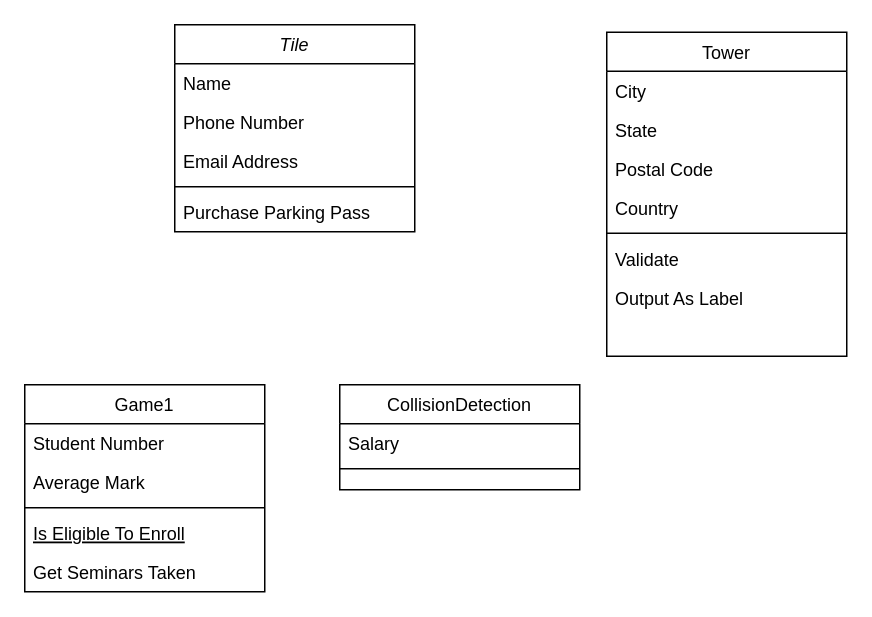
The draw.io diagram Untitled Diagram.drawio in TureLindblad/Grupp5Game, before the edit. Source tidied: cells renumbered, new cells numbered last; positions are measured from the earlier drawing's top-left corner, leaving out a move shared by most shapes. Both pictures are drawn from the tidied source at 150%, with x=0, y=0 at pixel (24, 24).
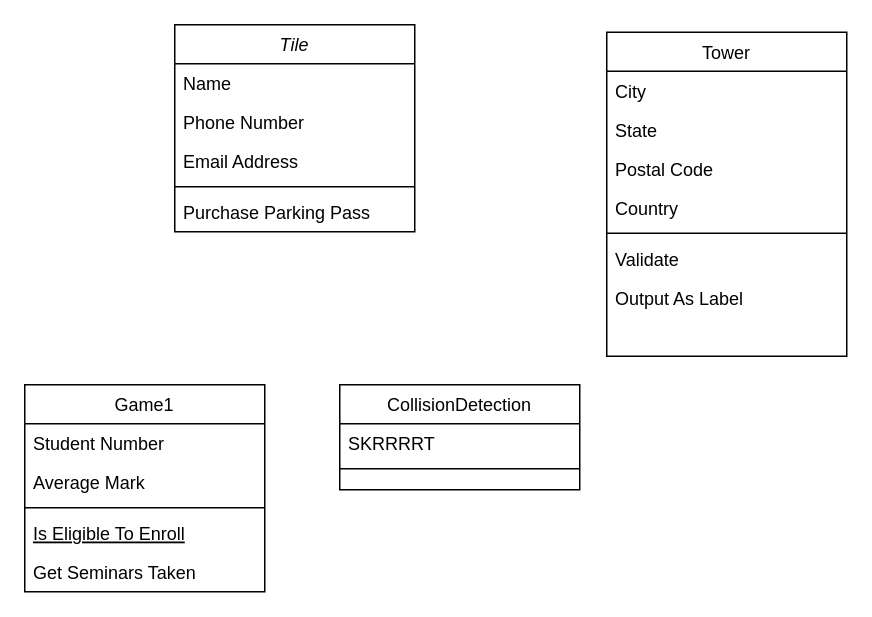
The same page after the edit.

The change refers to these unchanged cells:
```xml
<mxCell id="14" value="CollisionDetection&#10;" style="swimlane;fontStyle=0;align=center;verticalAlign=top;horizontal=1;startSize=26;rounded=0;shadow=0;strokeWidth=1;" parent="1" vertex="1">
  <mxGeometry x="210" y="240" width="160" height="70" as="geometry" />
</mxCell>
```

What changed in the source:
```diff
@@
-    <mxCell id="15" value="Salary" style="text;align=left;verticalAlign=top;spacingLeft=4;spacingRight=4;overflow=hidden;" parent="14" vertex="1">
+    <mxCell id="15" value="SKRRRRT" style="text;align=left;verticalAlign=top;spacingLeft=4;spacingRight=4;overflow=hidden;" parent="14" vertex="1">
       <mxGeometry y="26" width="160" height="26" as="geometry" />
     </mxCell>
```
